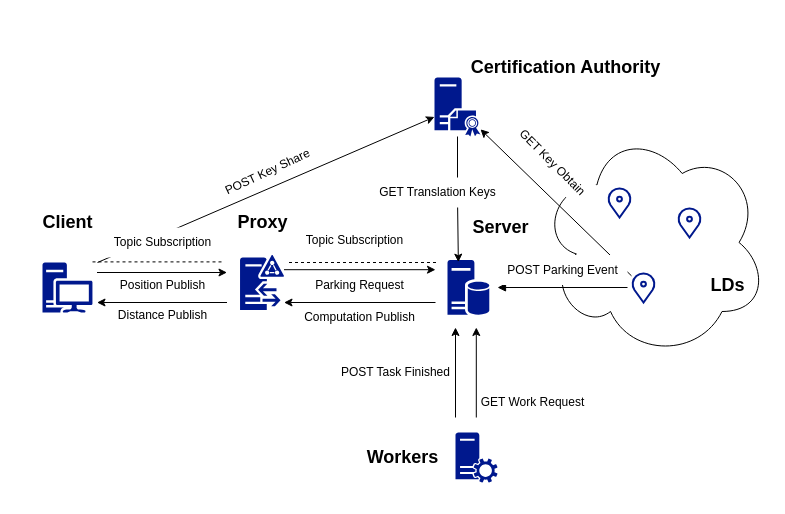
This is tesi/schemes/workflow.drawio from Diebbo/tesi-latex, a draw.io file, before an edit. Source tidied: cells renumbered, new cells numbered last; positions are measured from the earlier drawing's top-left corner, leaving out a move shared by most shapes. Both pictures are drawn from the tidied source at 100%, with x=0, y=0 at pixel (32, 37).
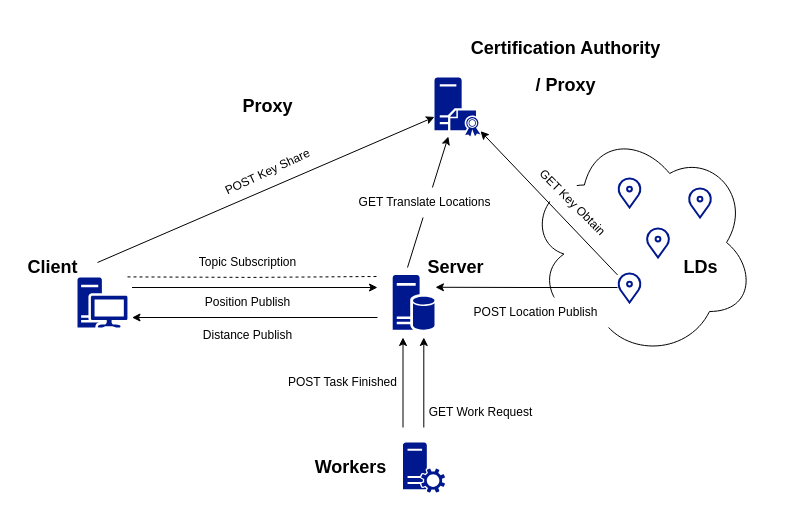
Above is the later version.

Unchanged cells that the change refers to:
```xml
<mxCell id="35" style="sketch=0;shadow=0;dashed=0;html=1;strokeColor=none;fillColor=#00188D;labelPosition=center;verticalLabelPosition=bottom;verticalAlign=top;outlineConnect=0;align=center;shape=mxgraph.office.servers.certificate_authority;" parent="1" vertex="1">
  <mxGeometry x="402" y="40" width="46" height="59" as="geometry" />
</mxCell>
```

Change to the diagram source:
```diff
@@
     <mxCell id="2" style="ellipse;shape=cloud;whiteSpace=wrap;html=1;" parent="1" vertex="1">
-      <mxGeometry x="507.5" y="90" width="227.5" height="230" as="geometry" />
+      <mxGeometry x="495" y="90" width="227.5" height="230" as="geometry" />
     </mxCell>
     <mxCell id="3" style="edgeStyle=orthogonalEdgeStyle;rounded=0;orthogonalLoop=1;jettySize=auto;html=1;endArrow=none;startFill=0;dashed=1;" parent="1" edge="1">
       <mxGeometry relative="1" as="geometry">
-        <mxPoint x="60" y="224.4" as="sourcePoint" />
-        <mxPoint x="190" y="224.4" as="targetPoint" />
+        <mxPoint x="95" y="239.4" as="sourcePoint" />
+        <mxPoint x="345" y="239" as="targetPoint" />
       </mxGeometry>
     </mxCell>
     <mxCell id="4" style="sketch=0;shadow=0;dashed=0;html=1;strokeColor=none;labelPosition=center;verticalLabelPosition=bottom;verticalAlign=top;align=center;fillColor=#00188D;shape=mxgraph.mscae.enterprise.workstation_client;" parent="1" vertex="1">
-      <mxGeometry x="10" y="225" width="50" height="50" as="geometry" />
+      <mxGeometry x="45" y="240" width="50" height="50" as="geometry" />
     </mxCell>
+    <mxCell id="41" style="rounded=0;jettySize=auto;html=1;" parent="1" edge="1" target="35">
+      <mxGeometry relative="1" as="geometry">
+        <mxPoint x="375" y="230" as="sourcePoint" />
+      </mxGeometry>
+    </mxCell>
     <mxCell id="5" style="sketch=0;shadow=0;dashed=0;html=1;strokeColor=none;labelPosition=center;verticalLabelPosition=bottom;verticalAlign=top;align=center;fillColor=#00188D;shape=mxgraph.mscae.enterprise.database_server;" parent="1" vertex="1">
-      <mxGeometry x="415" y="222.5" width="41.8" height="55" as="geometry" />
+      <mxGeometry x="360.2" y="237.5" width="41.8" height="55" as="geometry" />
     </mxCell>
     <mxCell id="6" style="html=1;verticalLabelPosition=bottom;align=center;labelBackgroundColor=#ffffff;verticalAlign=top;strokeWidth=2;strokeColor=#00188D;shadow=0;dashed=0;shape=mxgraph.ios7.icons.location;" parent="1" vertex="1">
-      <mxGeometry x="575" y="150" width="24" height="30" as="geometry" />
+      <mxGeometry x="585" y="140" width="24" height="30" as="geometry" />
     </mxCell>
@@
     <mxCell id="8" style="html=1;verticalLabelPosition=bottom;align=center;labelBackgroundColor=#ffffff;verticalAlign=top;strokeWidth=2;strokeColor=#00188D;shadow=0;dashed=0;shape=mxgraph.ios7.icons.location;" parent="1" vertex="1">
-      <mxGeometry x="599" y="235" width="24" height="30" as="geometry" />
+      <mxGeometry x="585" y="235" width="24" height="30" as="geometry" />
     </mxCell>
-    <mxCell id="9" style="sketch=0;shadow=0;dashed=0;html=1;strokeColor=none;labelPosition=center;verticalLabelPosition=bottom;verticalAlign=top;align=center;fillColor=#00188D;shape=mxgraph.mscae.enterprise.d;" parent="1" vertex="1">
-      <mxGeometry x="207.5" y="217.5" width="44" height="55" as="geometry" />
-    </mxCell>
@@
-    <mxCell id="11" style="rounded=0;orthogonalLoop=1;jettySize=auto;html=1;entryX=1.045;entryY=0.573;entryDx=0;entryDy=0;entryPerimeter=0;jumpStyle=none;endArrow=none;startFill=1;endFill=1;startArrow=classic;" parent="1" edge="1">
-      <mxGeometry relative="1" as="geometry">
-        <mxPoint x="403" y="232.2" as="sourcePoint" />
-        <mxPoint x="251.5" y="232.2" as="targetPoint" />
-      </mxGeometry>
-    </mxCell>
-    <mxCell id="12" style="rounded=0;orthogonalLoop=1;jettySize=auto;html=1;jumpStyle=none;endArrow=block;startFill=0;endFill=1;" parent="1" edge="1">
-      <mxGeometry relative="1" as="geometry">
-        <mxPoint x="595" y="250" as="sourcePoint" />
-        <mxPoint x="465" y="250" as="targetPoint" />
-      </mxGeometry>
-    </mxCell>
     <mxCell id="13" value="&lt;h2&gt;LDs&lt;/h2&gt;" style="text;html=1;align=center;verticalAlign=middle;strokeColor=none;fillColor=none;" parent="1" vertex="1">
-      <mxGeometry x="665" y="217.5" width="60" height="60" as="geometry" />
+      <mxGeometry x="637.5" y="200" width="60" height="60" as="geometry" />
     </mxCell>
     <mxCell id="14" value="&lt;h2&gt;Server&lt;/h2&gt;" style="text;html=1;align=center;verticalAlign=middle;strokeColor=none;fillColor=none;" parent="1" vertex="1">
-      <mxGeometry x="427.5" y="160" width="80" height="60" as="geometry" />
+      <mxGeometry x="382.5" y="200" width="80" height="60" as="geometry" />
     </mxCell>
     <mxCell id="15" value="&lt;h2&gt;Client&lt;/h2&gt;" style="text;html=1;align=center;verticalAlign=middle;strokeColor=none;fillColor=none;" parent="1" vertex="1">
-      <mxGeometry y="155" width="70" height="60" as="geometry" />
+      <mxGeometry x="-15" y="200" width="70" height="60" as="geometry" />
     </mxCell>
     <mxCell id="16" style="sketch=0;shadow=0;dashed=0;html=1;strokeColor=none;labelPosition=center;verticalLabelPosition=bottom;verticalAlign=top;align=center;fillColor=#00188D;shape=mxgraph.mscae.system_center.roles;" parent="1" vertex="1">
-      <mxGeometry x="423" y="395" width="42" height="50" as="geometry" />
+      <mxGeometry x="370.5" y="405" width="42" height="50" as="geometry" />
     </mxCell>
     <mxCell id="17" style="rounded=0;orthogonalLoop=1;jettySize=auto;html=1;jumpStyle=none;endArrow=none;startFill=1;endFill=1;startArrow=classic;" parent="1" edge="1">
       <mxGeometry relative="1" as="geometry">
-        <mxPoint x="443.8" y="290" as="sourcePoint" />
-        <mxPoint x="443.8" y="380" as="targetPoint" />
+        <mxPoint x="391.3" y="300" as="sourcePoint" />
+        <mxPoint x="391.3" y="390" as="targetPoint" />
       </mxGeometry>
     </mxCell>
     <mxCell id="18" value="&lt;h2&gt;Workers&lt;/h2&gt;" style="text;html=1;align=center;verticalAlign=middle;strokeColor=none;fillColor=none;" parent="1" vertex="1">
-      <mxGeometry x="325" y="390" width="90" height="60" as="geometry" />
+      <mxGeometry x="272.5" y="400" width="90" height="60" as="geometry" />
     </mxCell>
     <mxCell id="19" value="&lt;h2&gt;Proxy&lt;/h2&gt;" style="text;html=1;align=center;verticalAlign=middle;strokeColor=none;fillColor=none;" parent="1" vertex="1">
-      <mxGeometry x="194.5" y="155" width="70" height="60" as="geometry" />
+      <mxGeometry x="199.5" y="39" width="70" height="60" as="geometry" />
     </mxCell>
@@
     <mxCell id="21" value="GET Key Obtain" style="text;html=1;align=center;verticalAlign=middle;strokeColor=none;fillColor=default;rotation=45;" parent="1" vertex="1">
-      <mxGeometry x="465" y="110" width="110" height="30" as="geometry" />
+      <mxGeometry x="485" y="150" width="110" height="30" as="geometry" />
     </mxCell>
-    <mxCell id="22" value="Topic Subscription" style="text;html=1;align=center;verticalAlign=middle;strokeColor=none;fillColor=default;" parent="1" vertex="1">
-      <mxGeometry x="70" y="190" width="120" height="30" as="geometry" />
+    <mxCell id="22" value="Topic Subscription" style="text;html=1;align=center;verticalAlign=middle;strokeColor=none;fillColor=none;" parent="1" vertex="1">
+      <mxGeometry x="155" y="210" width="120" height="30" as="geometry" />
     </mxCell>
     <mxCell id="23" value="&lt;div&gt;Position Publish&lt;/div&gt;" style="text;html=1;align=center;verticalAlign=middle;strokeColor=none;fillColor=none;" parent="1" vertex="1">
-      <mxGeometry x="74.5" y="233" width="110" height="30" as="geometry" />
+      <mxGeometry x="160" y="250" width="110" height="30" as="geometry" />
     </mxCell>
     <mxCell id="24" style="rounded=0;orthogonalLoop=1;jettySize=auto;html=1;jumpStyle=none;endArrow=none;startFill=1;flowAnimation=0;startArrow=classic;" parent="1" edge="1">
       <mxGeometry relative="1" as="geometry">
-        <mxPoint x="194.5" y="235" as="sourcePoint" />
-        <mxPoint x="64.5" y="235" as="targetPoint" />
+        <mxPoint x="345" y="250" as="sourcePoint" />
+        <mxPoint x="99.5" y="250" as="targetPoint" />
         <Array as="points">
-          <mxPoint x="134.5" y="235" />
+          <mxPoint x="169.5" y="250" />
         </Array>
       </mxGeometry>
     </mxCell>
     <mxCell id="25" style="rounded=0;orthogonalLoop=1;jettySize=auto;html=1;jumpStyle=none;endArrow=classic;startFill=0;flowAnimation=0;startArrow=none;endFill=1;" parent="1" edge="1">
       <mxGeometry relative="1" as="geometry">
-        <mxPoint x="194.5" y="265" as="sourcePoint" />
-        <mxPoint x="64.5" y="265" as="targetPoint" />
+        <mxPoint x="345" y="280" as="sourcePoint" />
+        <mxPoint x="99.5" y="280" as="targetPoint" />
         <Array as="points">
-          <mxPoint x="134.5" y="265" />
+          <mxPoint x="169.5" y="280" />
         </Array>
       </mxGeometry>
     </mxCell>
     <mxCell id="26" value="Distance Publish" style="text;html=1;align=center;verticalAlign=middle;strokeColor=none;fillColor=none;" parent="1" vertex="1">
-      <mxGeometry x="74.5" y="263" width="110" height="30" as="geometry" />
+      <mxGeometry x="159.5" y="283" width="110" height="30" as="geometry" />
     </mxCell>
-    <mxCell id="27" value="Parking Request" style="text;html=1;align=center;verticalAlign=middle;strokeColor=none;fillColor=none;" parent="1" vertex="1">
-      <mxGeometry x="271.5" y="232.5" width="110" height="30" as="geometry" />
-    </mxCell>
     <mxCell id="28" value="GET Work Request" style="text;html=1;align=center;verticalAlign=middle;strokeColor=none;fillColor=none;rotation=0;" parent="1" vertex="1">
-      <mxGeometry x="435" y="350" width="130" height="30" as="geometry" />
+      <mxGeometry x="382.5" y="360" width="130" height="30" as="geometry" />
     </mxCell>
     <mxCell id="29" style="rounded=0;orthogonalLoop=1;jettySize=auto;html=1;jumpStyle=none;endArrow=none;startFill=1;endFill=1;startArrow=classic;" parent="1" edge="1">
       <mxGeometry relative="1" as="geometry">
-        <mxPoint x="423" y="290" as="sourcePoint" />
-        <mxPoint x="423" y="380" as="targetPoint" />
+        <mxPoint x="370.5" y="300" as="sourcePoint" />
+        <mxPoint x="370.5" y="390" as="targetPoint" />
       </mxGeometry>
     </mxCell>
     <mxCell id="30" value="POST Task Finished" style="text;html=1;align=center;verticalAlign=middle;strokeColor=none;fillColor=none;rotation=0;" parent="1" vertex="1">
-      <mxGeometry x="297.5" y="320" width="130" height="30" as="geometry" />
+      <mxGeometry x="245" y="330" width="130" height="30" as="geometry" />
     </mxCell>
-    <mxCell id="31" value="Computation Publish" style="text;html=1;align=center;verticalAlign=middle;strokeColor=none;fillColor=none;" parent="1" vertex="1">
-      <mxGeometry x="261.5" y="265" width="130" height="30" as="geometry" />
-    </mxCell>
-    <mxCell id="32" style="rounded=0;orthogonalLoop=1;jettySize=auto;html=1;entryX=1.045;entryY=0.573;entryDx=0;entryDy=0;entryPerimeter=0;jumpStyle=none;endArrow=classic;startFill=0;endFill=1;startArrow=none;" parent="1" edge="1">
-      <mxGeometry relative="1" as="geometry">
-        <mxPoint x="403" y="265" as="sourcePoint" />
-        <mxPoint x="251.5" y="265" as="targetPoint" />
-      </mxGeometry>
-    </mxCell>
     <mxCell id="33" style="html=1;verticalLabelPosition=bottom;align=center;labelBackgroundColor=#ffffff;verticalAlign=top;strokeWidth=2;strokeColor=#00188D;shadow=0;dashed=0;shape=mxgraph.ios7.icons.location;" parent="1" vertex="1">
-      <mxGeometry x="645" y="170" width="24" height="30" as="geometry" />
+      <mxGeometry x="613.5" y="190" width="24" height="30" as="geometry" />
     </mxCell>
-    <mxCell id="34" value="POST Parking Event" style="text;html=1;align=center;verticalAlign=middle;strokeColor=none;fillColor=default;glass=0;shadow=0;fillStyle=auto;" parent="1" vertex="1">
-      <mxGeometry x="465" y="217.5" width="130" height="30" as="geometry" />
-    </mxCell>
@@
-    <mxCell id="36" value="&lt;h2&gt;Certification Authority&lt;/h2&gt;" style="text;html=1;align=center;verticalAlign=middle;strokeColor=none;fillColor=none;" parent="1" vertex="1">
-      <mxGeometry x="427.5" width="210" height="60" as="geometry" />
+    <mxCell id="36" value="&lt;h2&gt;Certification Authority&lt;/h2&gt;&lt;h2&gt;/ Proxy&lt;/h2&gt;" style="text;html=1;align=center;verticalAlign=middle;strokeColor=none;fillColor=none;" parent="1" vertex="1">
+      <mxGeometry x="427.5" y="-20" width="210" height="100" as="geometry" />
     </mxCell>
-    <mxCell id="37" style="edgeStyle=orthogonalEdgeStyle;rounded=0;jettySize=auto;html=1;entryX=0.26;entryY=0.039;entryDx=0;entryDy=0;entryPerimeter=0;" parent="1" edge="1" source="35" target="5">
-      <mxGeometry relative="1" as="geometry" />
-    </mxCell>
-    <mxCell id="38" value="GET Translation Keys" style="text;html=1;align=center;verticalAlign=middle;strokeColor=none;fillColor=default;gradientColor=none;" parent="1" vertex="1">
-      <mxGeometry x="335" y="140" width="140" height="30" as="geometry" />
-    </mxCell>
-    <mxCell id="39" value="Topic Subscription" style="text;html=1;align=center;verticalAlign=middle;strokeColor=none;fillColor=default;" parent="1" vertex="1">
-      <mxGeometry x="261.5" y="187.5" width="120" height="30" as="geometry" />
-    </mxCell>
-    <mxCell id="40" style="edgeStyle=orthogonalEdgeStyle;rounded=0;orthogonalLoop=1;jettySize=auto;html=1;endArrow=none;startFill=0;dashed=1;" parent="1" edge="1">
-      <mxGeometry relative="1" as="geometry">
-        <mxPoint x="256.5" y="225" as="sourcePoint" />
-        <mxPoint x="405" y="225" as="targetPoint" />
-      </mxGeometry>
-    </mxCell>
+    <mxCell id="42" style="edgeStyle=orthogonalEdgeStyle;rounded=0;jettySize=auto;html=1;entryX=1.023;entryY=0.223;entryDx=0;entryDy=0;entryPerimeter=0;" parent="1" edge="1" source="8" target="5">
+      <mxGeometry relative="1" as="geometry" />
+    </mxCell>
+    <mxCell id="43" value="GET Translate Locations" style="text;html=1;align=center;verticalAlign=middle;strokeColor=none;fillColor=default;" parent="1" vertex="1">
+      <mxGeometry x="316.5" y="150" width="150" height="30" as="geometry" />
+    </mxCell>
+    <mxCell id="44" value="POST Location Publish" style="text;html=1;align=center;verticalAlign=middle;strokeColor=none;fillColor=default;" parent="1" vertex="1">
+      <mxGeometry x="427.5" y="260" width="150" height="30" as="geometry" />
+    </mxCell>
+    <mxCell id="45" style="html=1;verticalLabelPosition=bottom;align=center;labelBackgroundColor=#ffffff;verticalAlign=top;strokeWidth=2;strokeColor=#00188D;shadow=0;dashed=0;shape=mxgraph.ios7.icons.location;" parent="1" vertex="1">
+      <mxGeometry x="655.5" y="150" width="24" height="30" as="geometry" />
+    </mxCell>
```
